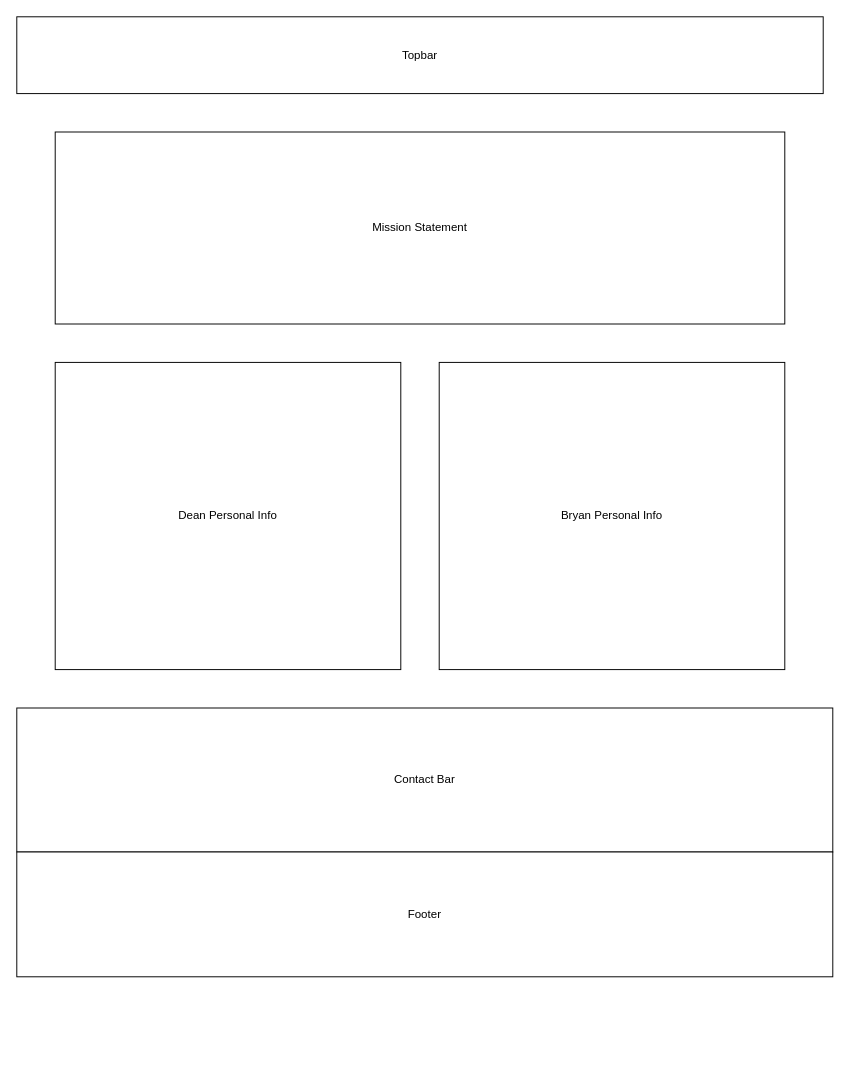
Earlier version of the draw.io diagram page "About" (4 of 4) of Frontend/src/Wireframes/Structure.drawio (DeanWilcoxson/BusinessWebsite). Source tidied: cells renumbered, new cells numbered last; positions are measured from the earlier drawing's top-left corner, leaving out a move shared by most shapes. Both pictures are drawn from the tidied source at 96%, with x=0, y=0 at pixel (16, 16).
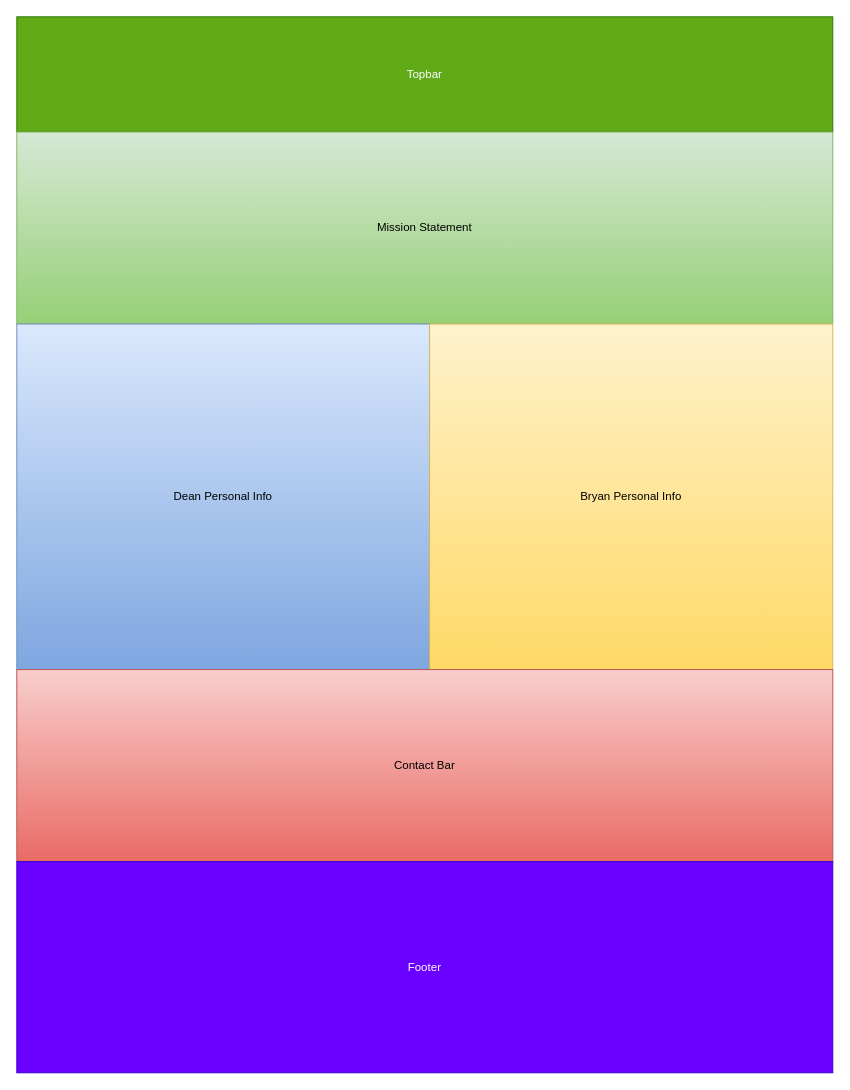
The same diagram, later.

Change to the diagram source:
```diff
@@
 <mxGraphModel>
   <root>
     <mxCell id="0" />
     <mxCell id="1" parent="0" />
-    <mxCell id="2" value="Topbar" style="rounded=0;whiteSpace=wrap;html=1;" parent="1" vertex="1">
-      <mxGeometry width="840" height="80" as="geometry" />
+    <mxCell id="2" value="Topbar" style="rounded=0;whiteSpace=wrap;html=1;fillColor=#60a917;fontColor=#ffffff;strokeColor=#2D7600;" parent="1" vertex="1">
+      <mxGeometry width="850" height="120" as="geometry" />
     </mxCell>
-    <mxCell id="3" value="Mission Statement" style="rounded=0;whiteSpace=wrap;html=1;" parent="1" vertex="1">
-      <mxGeometry x="40" y="120" width="760" height="200" as="geometry" />
+    <mxCell id="3" value="Mission Statement" style="rounded=0;whiteSpace=wrap;html=1;fillColor=#d5e8d4;gradientColor=#97d077;strokeColor=#82b366;" parent="1" vertex="1">
+      <mxGeometry y="120" width="850" height="200" as="geometry" />
     </mxCell>
-    <mxCell id="4" value="Dean Personal Info" style="rounded=0;whiteSpace=wrap;html=1;" parent="1" vertex="1">
-      <mxGeometry x="40" y="360" width="360" height="320" as="geometry" />
+    <mxCell id="4" value="Dean Personal Info" style="rounded=0;whiteSpace=wrap;html=1;fillColor=#dae8fc;gradientColor=#7ea6e0;strokeColor=#6c8ebf;" parent="1" vertex="1">
+      <mxGeometry y="320" width="430" height="360" as="geometry" />
     </mxCell>
-    <mxCell id="5" value="Bryan Personal Info" style="rounded=0;whiteSpace=wrap;html=1;" parent="1" vertex="1">
-      <mxGeometry x="440" y="360" width="360" height="320" as="geometry" />
+    <mxCell id="5" value="Bryan Personal Info" style="rounded=0;whiteSpace=wrap;html=1;fillColor=#fff2cc;gradientColor=#ffd966;strokeColor=#d6b656;" parent="1" vertex="1">
+      <mxGeometry x="430" y="320" width="420" height="360" as="geometry" />
     </mxCell>
-    <mxCell id="6" value="Contact Bar" style="rounded=0;whiteSpace=wrap;html=1;" parent="1" vertex="1">
-      <mxGeometry y="720" width="850" height="150" as="geometry" />
+    <mxCell id="6" value="Contact Bar" style="rounded=0;whiteSpace=wrap;html=1;fillColor=#f8cecc;gradientColor=#ea6b66;strokeColor=#b85450;" parent="1" vertex="1">
+      <mxGeometry y="680" width="850" height="200" as="geometry" />
     </mxCell>
-    <mxCell id="7" value="Footer" style="rounded=0;whiteSpace=wrap;html=1;" parent="1" vertex="1">
-      <mxGeometry y="870" width="850" height="130" as="geometry" />
+    <mxCell id="7" value="Footer" style="rounded=0;whiteSpace=wrap;html=1;fillColor=#6a00ff;fontColor=#ffffff;strokeColor=#3700CC;" parent="1" vertex="1">
+      <mxGeometry y="880" width="850" height="220" as="geometry" />
     </mxCell>
   </root>
 </mxGraphModel>
```
